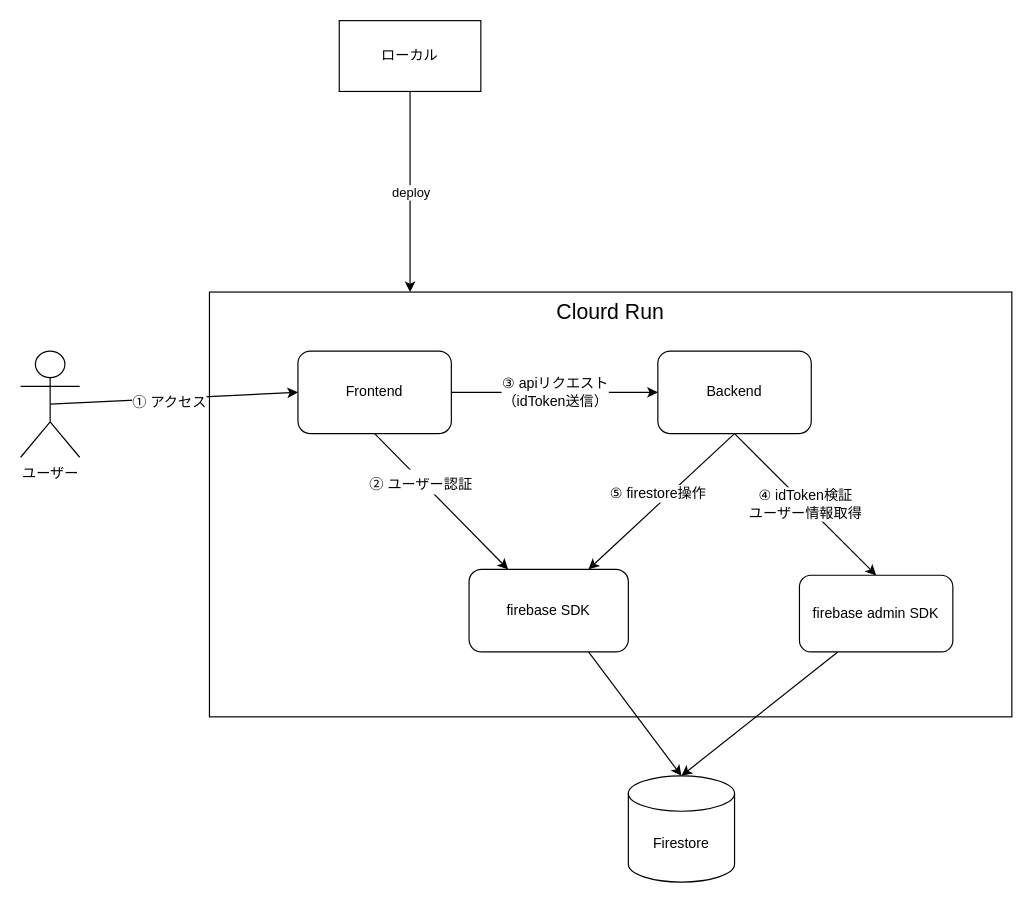
This is docs/infrastructure.drawio from bamboo-house/BambooGPT, a draw.io file, before an edit. Source tidied: cells renumbered, new cells numbered last; positions are measured from the earlier drawing's top-left corner, leaving out a move shared by most shapes. Both pictures are drawn from the tidied source at 118%, with x=0, y=0 at pixel (20, 20).
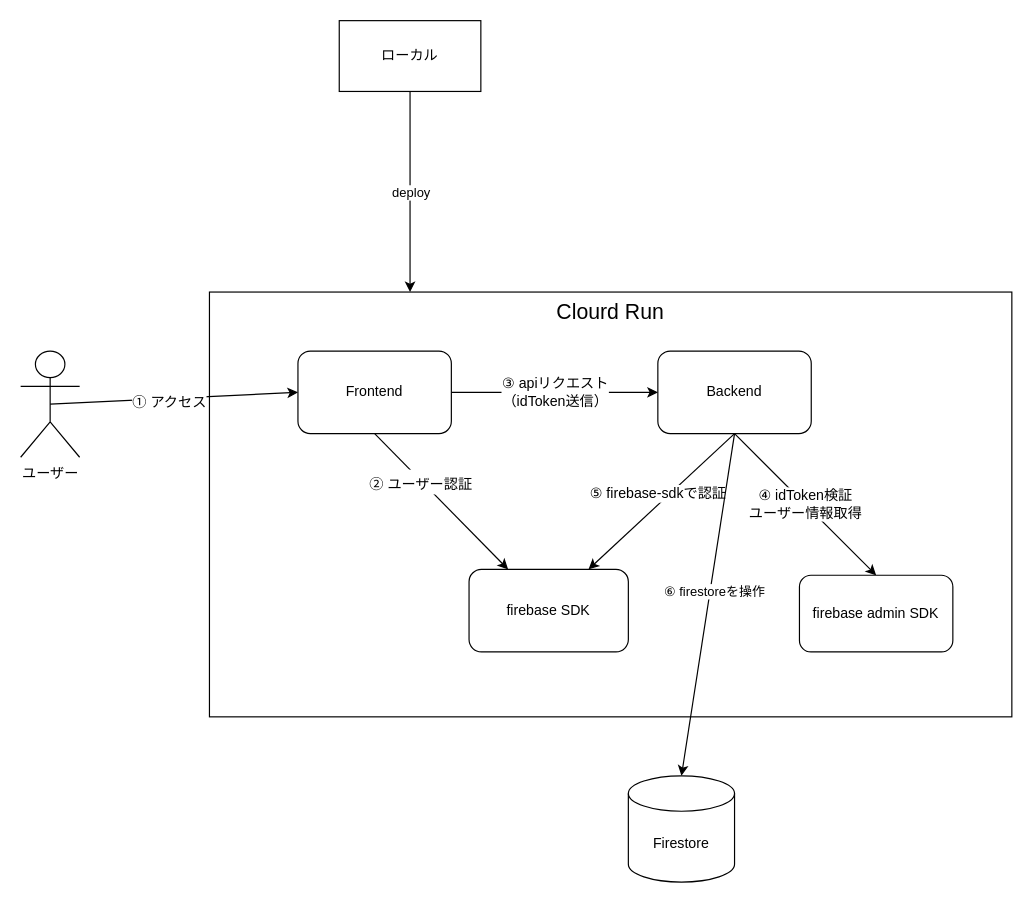
The same diagram, later.

The change refers to these unchanged cells:
```xml
<mxCell id="10" style="edgeStyle=none;html=1;exitX=0.5;exitY=1;exitDx=0;exitDy=0;entryX=0.75;entryY=0;entryDx=0;entryDy=0;fontSize=12;" parent="1" edge="1" source="12" target="21">
  <mxGeometry relative="1" as="geometry" />
</mxCell>
<mxCell id="12" value="Backend" style="rounded=1;whiteSpace=wrap;html=1;" parent="1" vertex="1">
  <mxGeometry x="540" y="280" width="130" height="70" as="geometry" />
</mxCell>
<mxCell id="14" value="Firestore" style="shape=cylinder3;whiteSpace=wrap;html=1;boundedLbl=1;backgroundOutline=1;size=15;" parent="1" vertex="1">
  <mxGeometry x="515" y="640" width="90" height="90" as="geometry" />
</mxCell>
<mxCell id="20" value="firebase admin SDK" style="rounded=1;whiteSpace=wrap;html=1;" parent="1" vertex="1">
  <mxGeometry x="660" y="470" width="130" height="65" as="geometry" />
</mxCell>
<mxCell id="21" value="firebase SDK" style="rounded=1;whiteSpace=wrap;html=1;" parent="1" vertex="1">
  <mxGeometry x="380" y="465" width="135" height="70" as="geometry" />
</mxCell>
```

The edit, as a diff of the source:
```diff
@@
-    <mxCell id="11" value="⑤ firestore操作" style="edgeLabel;html=1;align=center;verticalAlign=middle;fontSize=12;" parent="10" vertex="1">
+    <mxCell id="11" value="⑤ firebase-sdkで認証" style="edgeLabel;html=1;align=center;verticalAlign=middle;fontSize=12;" parent="10" vertex="1">
       <mxGeometry x="-0.27" y="2" relative="1" as="geometry">
         <mxPoint x="-21" y="7" as="offset" />
       </mxGeometry>
     </mxCell>
@@
-    <mxCell id="13" style="endArrow=classic;html=1;entryX=0.5;entryY=0;entryDx=0;entryDy=0;entryPerimeter=0;exitX=0.75;exitY=1;exitDx=0;exitDy=0;" parent="1" edge="1" source="21" target="14">
+    <mxCell id="13" style="endArrow=classic;html=1;entryX=0.5;entryY=0;entryDx=0;entryDy=0;entryPerimeter=0;exitX=0.5;exitY=1;exitDx=0;exitDy=0;" parent="1" edge="1" source="12" target="14">
       <mxGeometry relative="1" as="geometry" />
     </mxCell>
+    <mxCell id="19" value="⑥ firestoreを操作" style="edgeLabel;html=1;align=center;verticalAlign=middle;" parent="13" vertex="1">
+      <mxGeometry x="-0.08" y="3" relative="1" as="geometry" />
+    </mxCell>
@@
-    <mxCell id="19" style="edgeStyle=none;html=1;exitX=0.25;exitY=1;exitDx=0;exitDy=0;entryX=0.5;entryY=0;entryDx=0;entryDy=0;entryPerimeter=0;fontSize=12;" parent="1" edge="1" source="20" target="14">
-      <mxGeometry relative="1" as="geometry" />
-    </mxCell>
```
